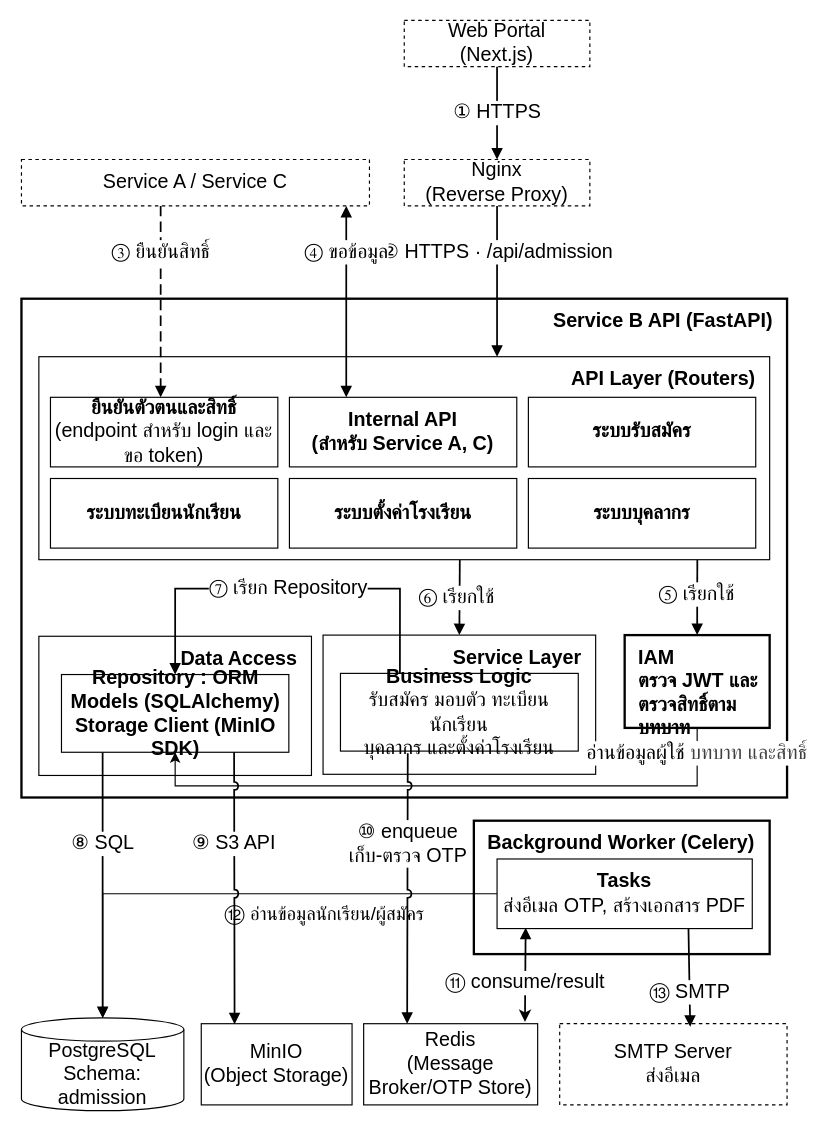
Earlier version of the draw.io diagram page "Service B (Component Diagram · ฉบับทางการ)" (2 of 5) of materials/doc/ver-full/system-architecture.drawio (RealTiraqmisu/SchoolDark). Source tidied: cells renumbered, new cells numbered last; positions are measured from the earlier drawing's top-left corner, leaving out a move shared by most shapes. Both pictures are drawn from the tidied source at 116%, with x=0, y=0 at pixel (21, 20).
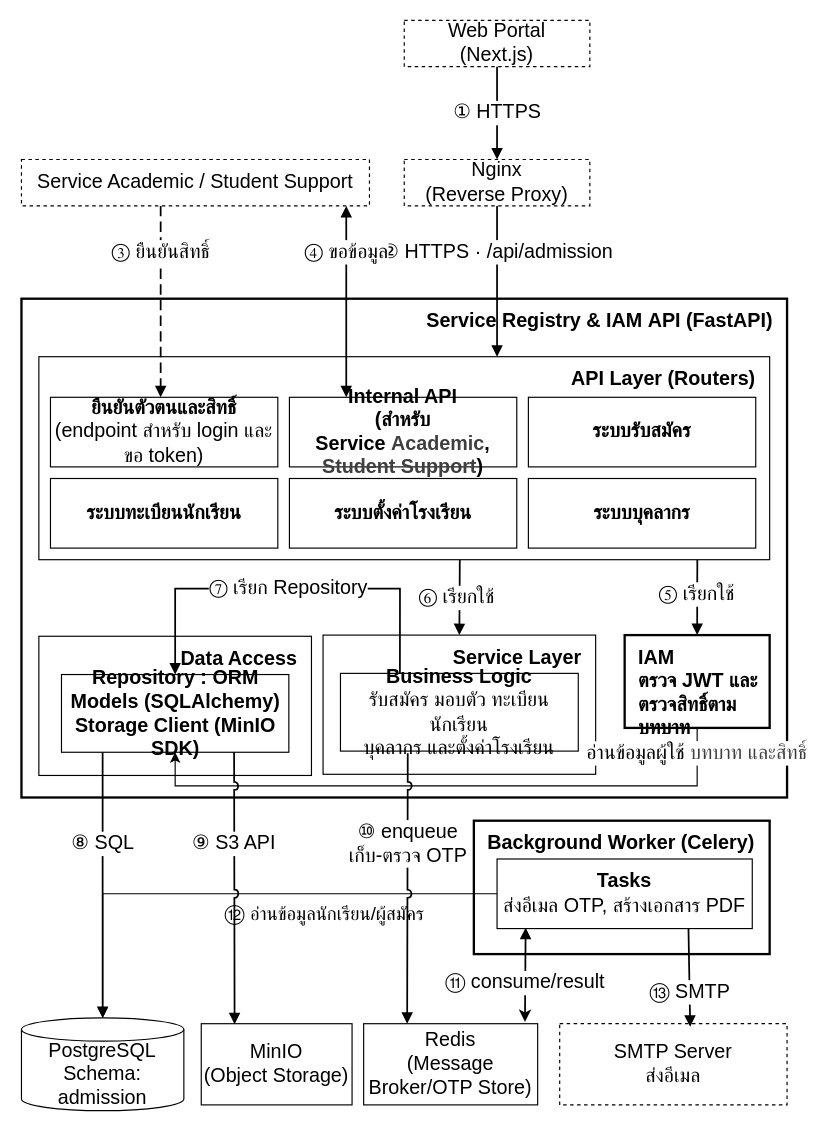
Above is the later version.

Commit message:
FIX: sys arch

Diff of the diagram source:
```diff
@@
-    <mxCell id="2" value="Service B API (FastAPI)" style="rounded=0;whiteSpace=wrap;html=1;fillColor=none;strokeColor=#000000;strokeWidth=2;fontColor=#000000;fontStyle=1;align=right;verticalAlign=top;spacingLeft=10;spacingRight=10;spacingTop=3;fontFamily=TH SarabunPSK;fontSize=17;" parent="1" vertex="1">
+    <mxCell id="2" value="Service&amp;nbsp;&lt;span class=&quot;a_GcMg font-feature-liga-off font-feature-clig-off font-feature-calt-off text-decoration-none text-strikethrough-none&quot; style=&quot;caret-color: rgb(0, 0, 0); --Ys-XuQ: none; font-kerning: normal;&quot;&gt;Registry &amp;amp; IAM&lt;/span&gt;&amp;nbsp;API (FastAPI)" style="rounded=0;whiteSpace=wrap;html=1;fillColor=none;strokeColor=#000000;strokeWidth=2;fontColor=#000000;fontStyle=1;align=right;verticalAlign=top;spacingLeft=10;spacingRight=10;spacingTop=3;fontFamily=TH SarabunPSK;fontSize=17;" parent="1" vertex="1">
       <mxGeometry y="240" width="660" height="430" as="geometry" />
     </mxCell>
@@
-    <mxCell id="5" value="Service A / Service C" style="rounded=0;whiteSpace=wrap;html=1;fillColor=#FFFFFF;strokeColor=#000000;strokeWidth=1;fontColor=#000000;fontFamily=TH SarabunPSK;fontSize=17;dashed=1;" parent="1" vertex="1">
+    <mxCell id="5" value="&lt;span class=&quot;a_GcMg font-feature-liga-off font-feature-clig-off font-feature-calt-off text-decoration-none text-strikethrough-none&quot; style=&quot;caret-color: rgb(0, 0, 0); --Ys-XuQ: none; font-kerning: normal;&quot;&gt;Service Academic&lt;/span&gt;&amp;nbsp;/&amp;nbsp;&lt;span class=&quot;a_GcMg font-feature-liga-off font-feature-clig-off font-feature-calt-off text-decoration-none text-strikethrough-none&quot; style=&quot;caret-color: rgb(0, 0, 0); --Ys-XuQ: none; font-kerning: normal;&quot;&gt;Student Support&lt;/span&gt;" style="rounded=0;whiteSpace=wrap;html=1;fillColor=#FFFFFF;strokeColor=#000000;strokeWidth=1;fontColor=#000000;fontFamily=TH SarabunPSK;fontSize=17;dashed=1;" parent="1" vertex="1">
       <mxGeometry y="120" width="300" height="40" as="geometry" />
     </mxCell>
@@
-    <mxCell id="8" value="&lt;b&gt;Internal API&lt;br&gt;(สำหรับ Service A, C)&lt;/b&gt;" style="rounded=0;whiteSpace=wrap;html=1;fillColor=#FFFFFF;strokeColor=#000000;strokeWidth=1;fontColor=#000000;fontFamily=TH SarabunPSK;fontSize=17;" parent="1" vertex="1">
+    <mxCell id="8" value="&lt;b&gt;Internal API&lt;br&gt;(สำหรับ Service&amp;nbsp;&lt;span class=&quot;a_GcMg font-feature-liga-off font-feature-clig-off font-feature-calt-off text-decoration-none text-strikethrough-none&quot; style=&quot;color: rgb(63, 63, 63); scrollbar-color: rgba(168, 169, 170, 0.52) rgb(18, 19, 20); caret-color: rgb(0, 0, 0); --Ys-XuQ: none; font-kerning: normal;&quot;&gt;Academic&lt;/span&gt;&lt;span class=&quot;a_GcMg font-feature-liga-off font-feature-clig-off font-feature-calt-off text-decoration-none text-strikethrough-none&quot; style=&quot;scrollbar-color: rgba(168, 169, 170, 0.52) rgb(18, 19, 20); caret-color: rgb(0, 0, 0); --Ys-XuQ: none; font-kerning: normal; color: rgb(63, 63, 63);&quot;&gt;&lt;font color=&quot;#000000&quot;&gt;,&lt;/font&gt;&lt;/span&gt;&lt;/b&gt;&lt;div&gt;&lt;b&gt;&lt;span class=&quot;a_GcMg font-feature-liga-off font-feature-clig-off font-feature-calt-off text-decoration-none text-strikethrough-none&quot; style=&quot;color: rgb(63, 63, 63); scrollbar-color: rgba(168, 169, 170, 0.52) rgb(18, 19, 20); caret-color: rgb(0, 0, 0); --Ys-XuQ: none; font-kerning: normal;&quot;&gt;Student Support&lt;/span&gt;)&lt;/b&gt;&lt;/div&gt;" style="rounded=0;whiteSpace=wrap;html=1;fillColor=#FFFFFF;strokeColor=#000000;strokeWidth=1;fontColor=#000000;fontFamily=TH SarabunPSK;fontSize=17;" parent="1" vertex="1">
       <mxGeometry x="231" y="325" width="196" height="60" as="geometry" />
     </mxCell>
```
